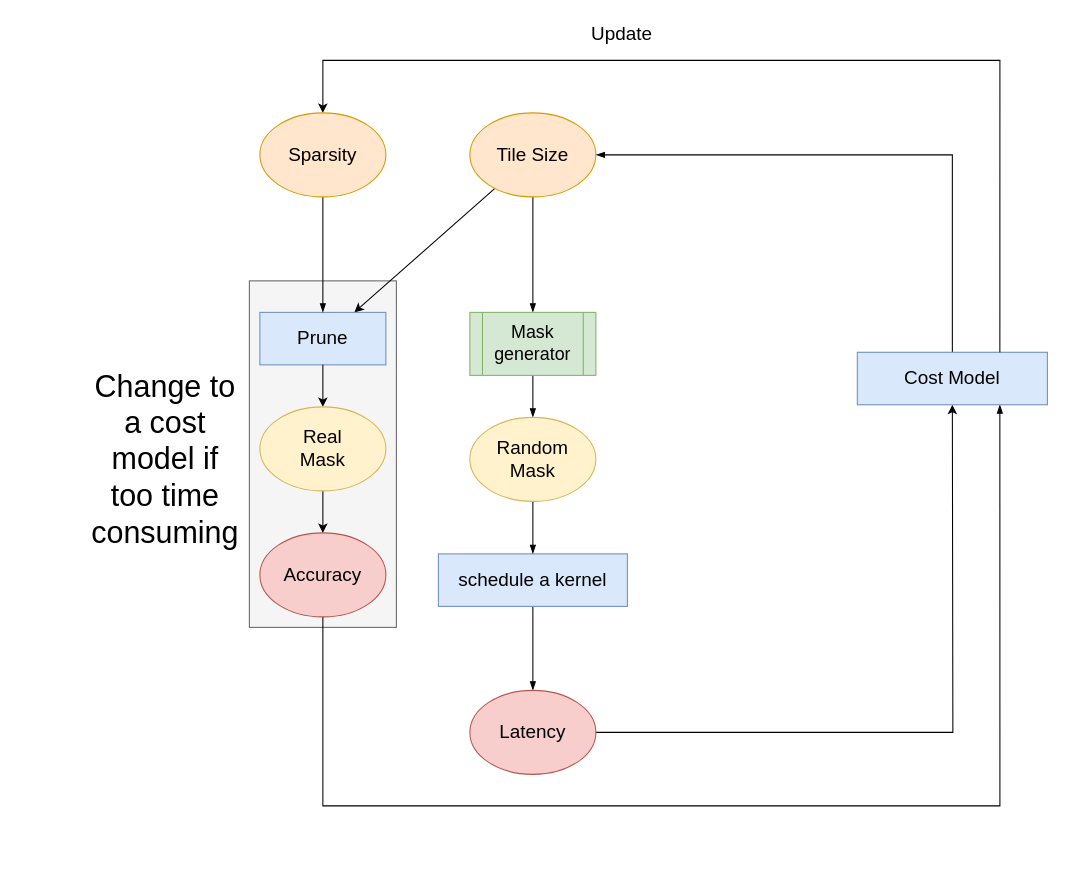
Above: Full_Work_Flow_v1.drawio in guanrenyang/TW_TVM (draw.io), before the change. Source tidied: cells renumbered, new cells numbered last; positions are measured from the earlier drawing's top-left corner, leaving out a move shared by most shapes. Both pictures are drawn from the tidied source at 105%, with x=0, y=0 at pixel (102, 18).
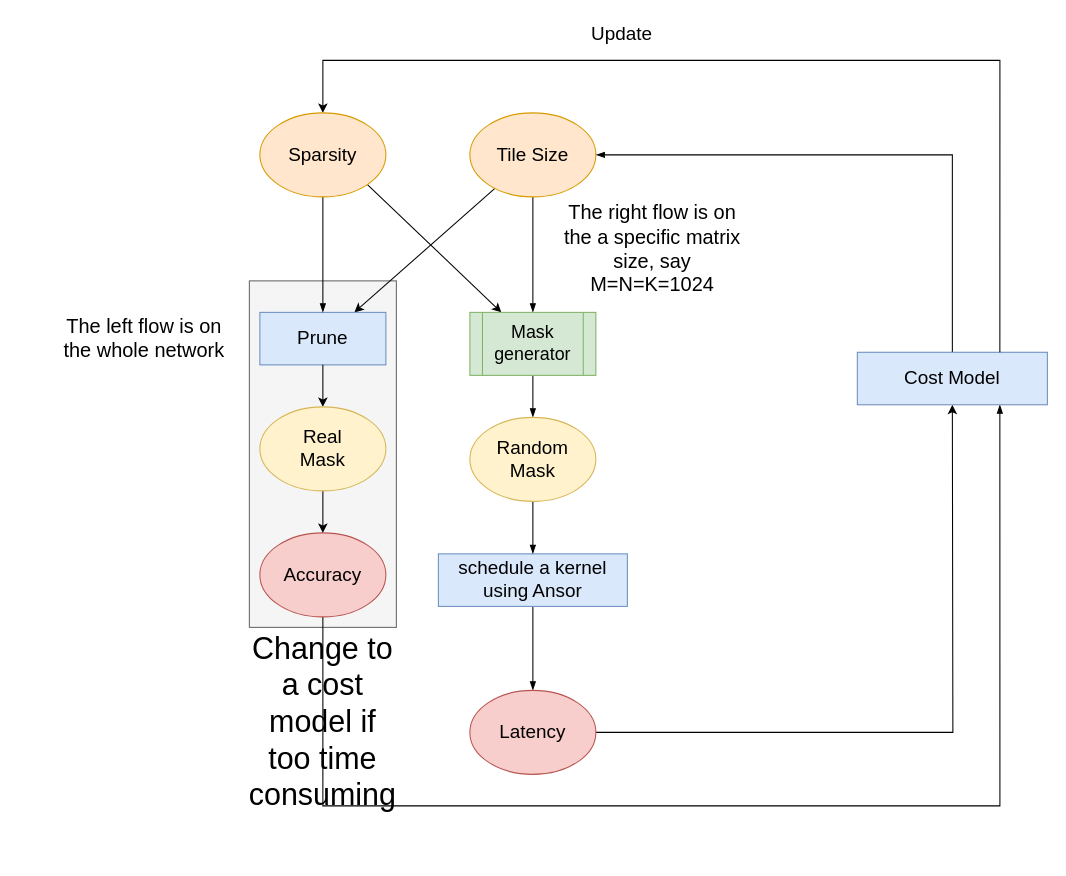
Above is the later version.

Unchanged cells that the change refers to:
```xml
<mxCell id="21" value="&lt;font size=&quot;4&quot;&gt;Sparsity&lt;/font&gt;" style="ellipse;whiteSpace=wrap;html=1;fillColor=#ffe6cc;strokeColor=#d79b00;" parent="1" vertex="1">
  <mxGeometry x="150" y="90" width="120" height="80" as="geometry" />
</mxCell>
<mxCell id="23" value="&lt;font style=&quot;font-size: 17px;&quot;&gt;Mask generator&lt;/font&gt;" style="shape=process;whiteSpace=wrap;html=1;backgroundOutline=1;fillColor=#d5e8d4;strokeColor=#82b366;" parent="1" vertex="1">
  <mxGeometry x="350" y="280" width="120" height="60" as="geometry" />
</mxCell>
```

The edit, as a diff of the source:
```diff
@@
-    <mxCell id="13" value="schedule a kernel" style="rounded=0;whiteSpace=wrap;html=1;fontSize=18;fillColor=#dae8fc;strokeColor=#6c8ebf;" parent="1" vertex="1">
+    <mxCell id="13" value="schedule a kernel using Ansor" style="rounded=0;whiteSpace=wrap;html=1;fontSize=18;fillColor=#dae8fc;strokeColor=#6c8ebf;" parent="1" vertex="1">
       <mxGeometry x="320" y="510" width="180" height="50" as="geometry" />
     </mxCell>
@@
+    <mxCell id="27" style="rounded=0;jettySize=auto;html=1;exitX=1;exitY=1;exitDx=0;exitDy=0;entryX=0.25;entryY=0;entryDx=0;entryDy=0;fontSize=19;" parent="1" edge="1" source="21" target="23">
+      <mxGeometry relative="1" as="geometry" />
+    </mxCell>
@@
     <mxCell id="26" value="&lt;font style=&quot;font-size: 29px;&quot;&gt;Change to a cost model if too time consuming&lt;/font&gt;" style="text;html=1;strokeColor=none;fillColor=none;align=center;verticalAlign=middle;whiteSpace=wrap;rounded=0;fontSize=17;" parent="1" vertex="1">
-      <mxGeometry y="290" width="120" height="260" as="geometry" />
+      <mxGeometry x="150" y="540" width="120" height="260" as="geometry" />
     </mxCell>
+    <mxCell id="28" value="&lt;h1&gt;&lt;br&gt;&lt;/h1&gt;" style="text;html=1;strokeColor=none;fillColor=none;spacing=5;spacingTop=-20;whiteSpace=wrap;overflow=hidden;rounded=0;" parent="1" vertex="1">
+      <mxGeometry x="-80" y="245" width="190" height="120" as="geometry" />
+    </mxCell>
+    <mxCell id="29" value="&lt;font style=&quot;font-size: 19px;&quot;&gt;The left flow is on the whole network&lt;/font&gt;" style="text;html=1;strokeColor=none;fillColor=none;align=center;verticalAlign=middle;whiteSpace=wrap;rounded=0;" parent="1" vertex="1">
+      <mxGeometry x="-50" y="265" width="180" height="80" as="geometry" />
+    </mxCell>
+    <mxCell id="30" value="&lt;font style=&quot;font-size: 19px;&quot;&gt;The right flow is on the a specific matrix size, say M=N=K=1024&lt;/font&gt;" style="text;html=1;strokeColor=none;fillColor=none;align=center;verticalAlign=middle;whiteSpace=wrap;rounded=0;" parent="1" vertex="1">
+      <mxGeometry x="434" y="170" width="180" height="100" as="geometry" />
+    </mxCell>
```
